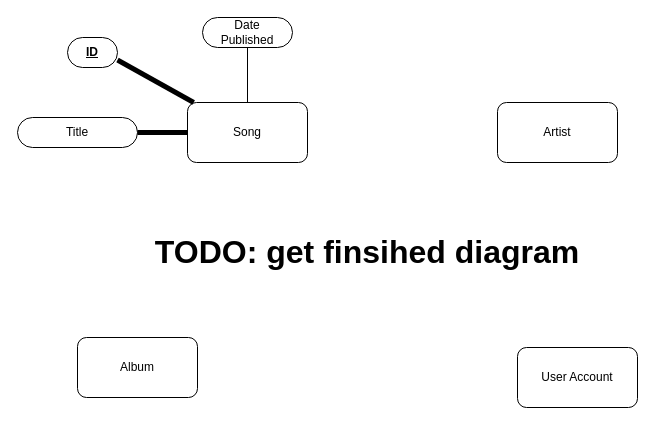
toddpy/charts keeps this draw.io diagram as Demo1.drawio. Above is the earlier version. Source tidied: cells renumbered, new cells numbered last; positions are measured from the earlier drawing's top-left corner, leaving out a move shared by most shapes. Both pictures are drawn from the tidied source at 100%, with x=0, y=0 at pixel (17, 17).
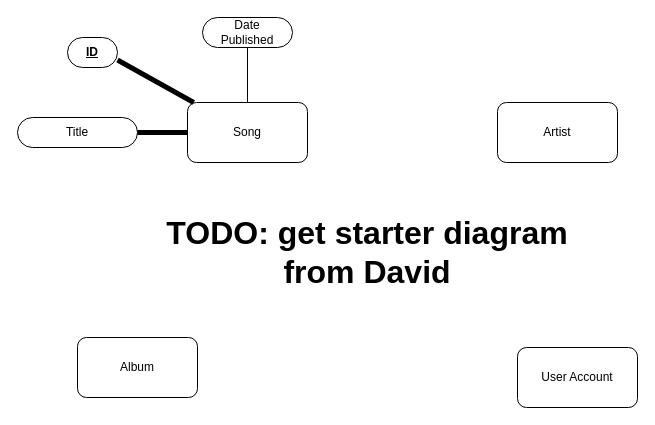
After the change.

Diff of the diagram source:
```diff
@@
 <mxGraphModel>
   <root>
     <mxCell id="0" />
     <mxCell id="1" parent="0" />
     <mxCell id="2" value="Song" style="rounded=1;whiteSpace=wrap;html=1;" parent="1" vertex="1">
       <mxGeometry x="170" y="85" width="120" height="60" as="geometry" />
     </mxCell>
     <mxCell id="3" value="&lt;div&gt;Artist&lt;/div&gt;" style="rounded=1;whiteSpace=wrap;html=1;" parent="1" vertex="1">
       <mxGeometry x="480" y="85" width="120" height="60" as="geometry" />
     </mxCell>
     <mxCell id="4" value="Album" style="rounded=1;whiteSpace=wrap;html=1;" parent="1" vertex="1">
       <mxGeometry x="60" y="320" width="120" height="60" as="geometry" />
     </mxCell>
     <mxCell id="5" value="&lt;div&gt;User Account&lt;/div&gt;" style="rounded=1;whiteSpace=wrap;html=1;" parent="1" vertex="1">
       <mxGeometry x="500" y="330" width="120" height="60" as="geometry" />
     </mxCell>
     <mxCell id="6" value="Title" style="rounded=1;whiteSpace=wrap;html=1;arcSize=50;" parent="1" vertex="1">
       <mxGeometry y="100" width="120" height="30" as="geometry" />
     </mxCell>
     <mxCell id="7" style="endArrow=none;html=1;exitX=1;exitY=0.5;exitDx=0;exitDy=0;entryX=0;entryY=0.5;entryDx=0;entryDy=0;strokeWidth=5;" parent="1" edge="1" source="6" target="2">
       <mxGeometry relative="1" as="geometry" />
     </mxCell>
     <mxCell id="8" value="&lt;b&gt;&lt;u&gt;ID&lt;/u&gt;&lt;/b&gt;" style="rounded=1;whiteSpace=wrap;html=1;arcSize=50;" parent="1" vertex="1">
       <mxGeometry x="50" y="20" width="50" height="30" as="geometry" />
     </mxCell>
     <mxCell id="9" style="edgeStyle=orthogonalEdgeStyle;rounded=0;jettySize=auto;html=1;exitX=0.5;exitY=1;exitDx=0;exitDy=0;entryX=0.5;entryY=0;entryDx=0;entryDy=0;strokeWidth=1;endArrow=none;endFill=0;" parent="1" edge="1" source="10" target="2">
       <mxGeometry relative="1" as="geometry" />
     </mxCell>
     <mxCell id="10" value="&lt;div&gt;Date&lt;/div&gt;&lt;div&gt;Published&lt;br&gt;&lt;/div&gt;" style="rounded=1;whiteSpace=wrap;html=1;arcSize=50;" parent="1" vertex="1">
       <mxGeometry x="185" width="90" height="30" as="geometry" />
     </mxCell>
     <mxCell id="11" style="endArrow=none;html=1;strokeWidth=5;exitX=1;exitY=0.75;exitDx=0;exitDy=0;" parent="1" edge="1" source="8" target="2">
       <mxGeometry relative="1" as="geometry" />
     </mxCell>
-    <mxCell id="12" value="&lt;font style=&quot;font-size: 32px&quot;&gt;&lt;b&gt;TODO: get finsihed diagram&lt;/b&gt;&lt;/font&gt;" style="text;html=1;strokeColor=none;fillColor=none;align=center;verticalAlign=middle;whiteSpace=wrap;rounded=0;" parent="1" vertex="1">
+    <mxCell id="12" value="&lt;font style=&quot;font-size: 32px&quot;&gt;&lt;b&gt;TODO: get starter diagram from David&lt;br&gt;&lt;/b&gt;&lt;/font&gt;" style="text;html=1;strokeColor=none;fillColor=none;align=center;verticalAlign=middle;whiteSpace=wrap;rounded=0;" parent="1" vertex="1">
       <mxGeometry x="120" y="200" width="460" height="70" as="geometry" />
     </mxCell>
   </root>
 </mxGraphModel>
```
